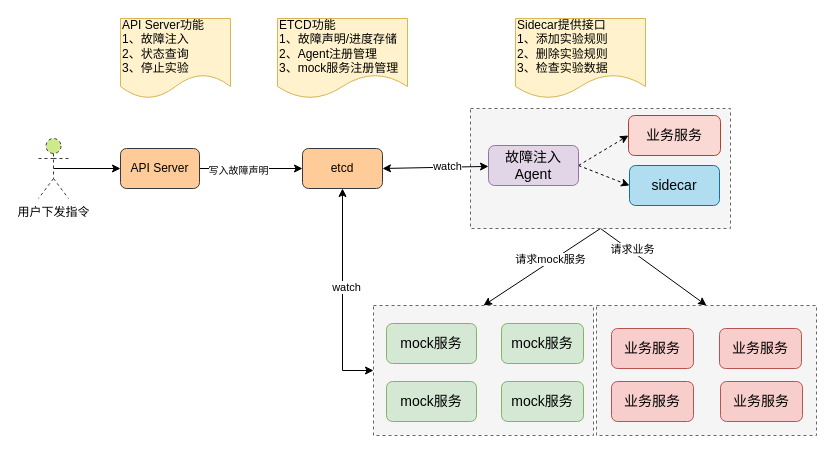
xinguai/asmshare keeps this draw.io diagram as page "混沌工程" (3 of 3) of 多环境.drawio. Above is the earlier version. Source tidied: cells renumbered, new cells numbered last; positions are measured from the earlier drawing's top-left corner, leaving out a move shared by most shapes. Both pictures are drawn from the tidied source at 100%, with x=0, y=0 at pixel (38, 18).
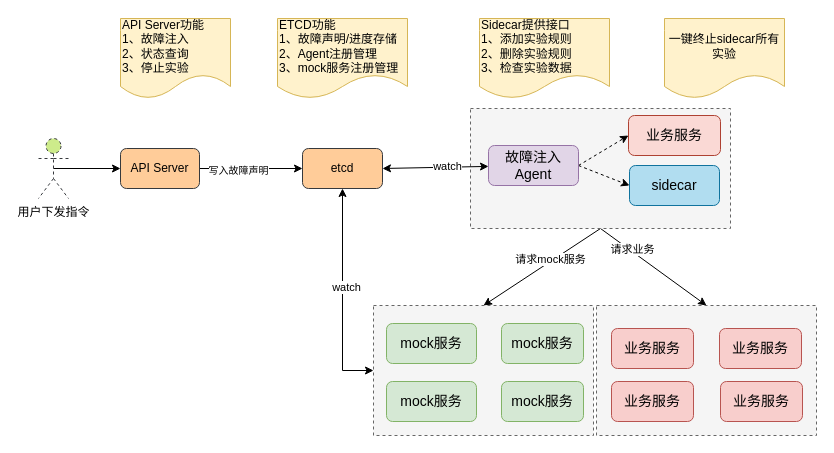
Above is the later version.

Change to the diagram source:
```diff
@@
     <mxCell id="34" value="Sidecar提供接口&lt;br&gt;1、添加实验规则&lt;br&gt;2、删除实验规则&amp;nbsp; &amp;nbsp; &amp;nbsp;&amp;nbsp;&lt;br&gt;3、检查实验数据" style="shape=document;whiteSpace=wrap;html=1;boundedLbl=1;rounded=0;shadow=0;fillColor=#fff2cc;strokeColor=#d6b656;labelPosition=center;verticalLabelPosition=middle;align=left;verticalAlign=middle;" parent="1" vertex="1">
-      <mxGeometry x="477" width="130" height="80" as="geometry" />
+      <mxGeometry x="441" width="130" height="80" as="geometry" />
     </mxCell>
+    <mxCell id="35" value="一键终止sidecar所有实验&lt;br&gt;" style="shape=document;whiteSpace=wrap;html=1;boundedLbl=1;fillColor=#fff2cc;strokeColor=#d6b656;" parent="1" vertex="1">
+      <mxGeometry x="626" width="120" height="80" as="geometry" />
+    </mxCell>
```
